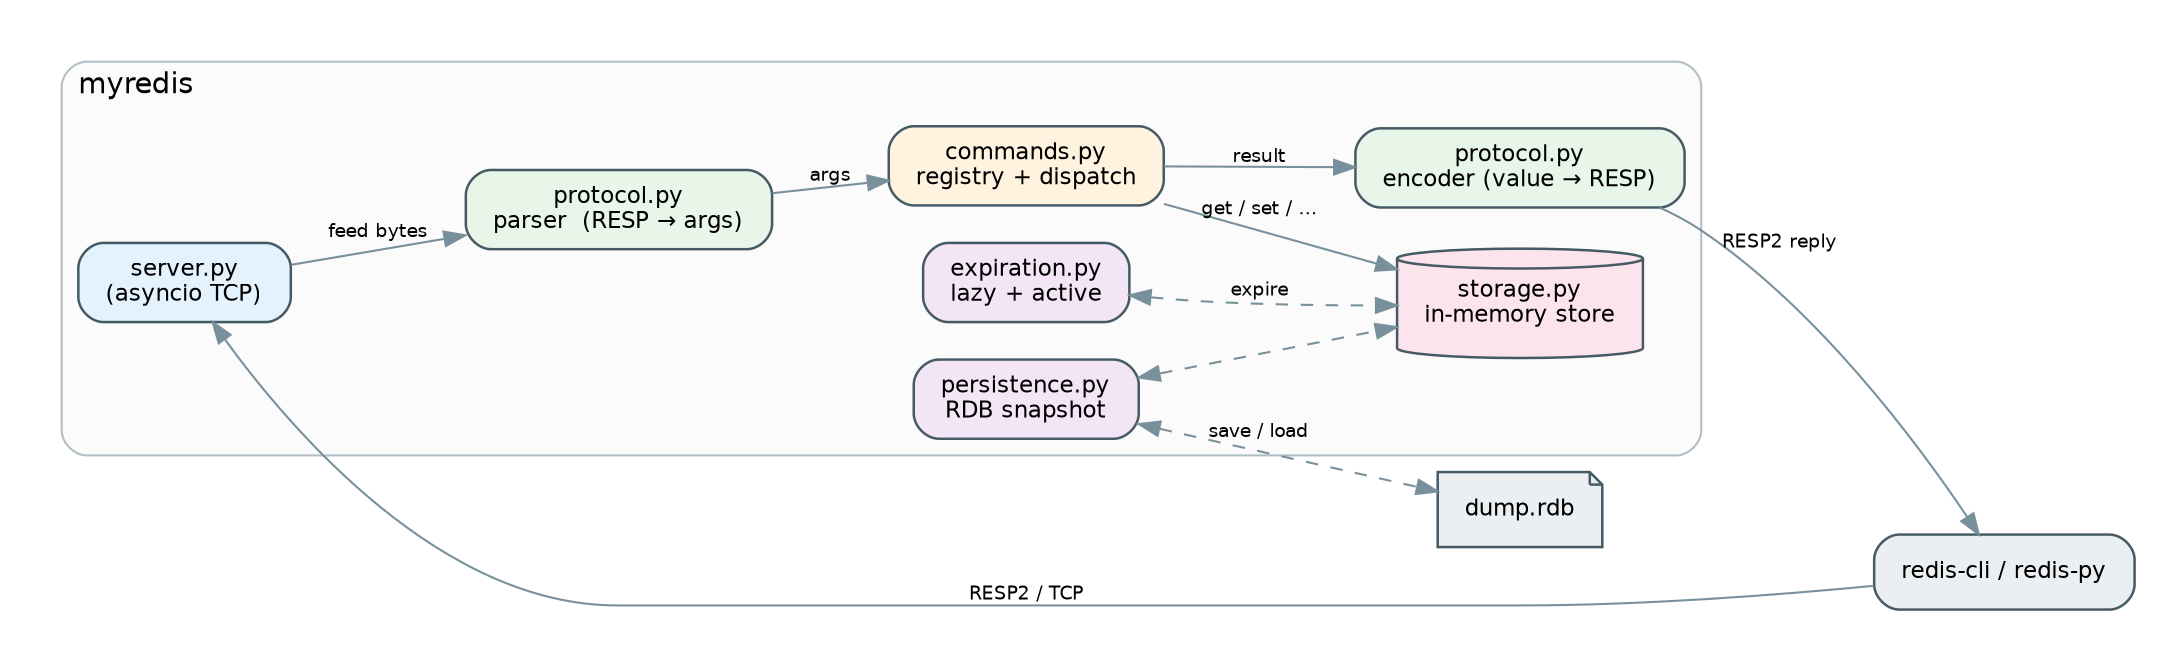
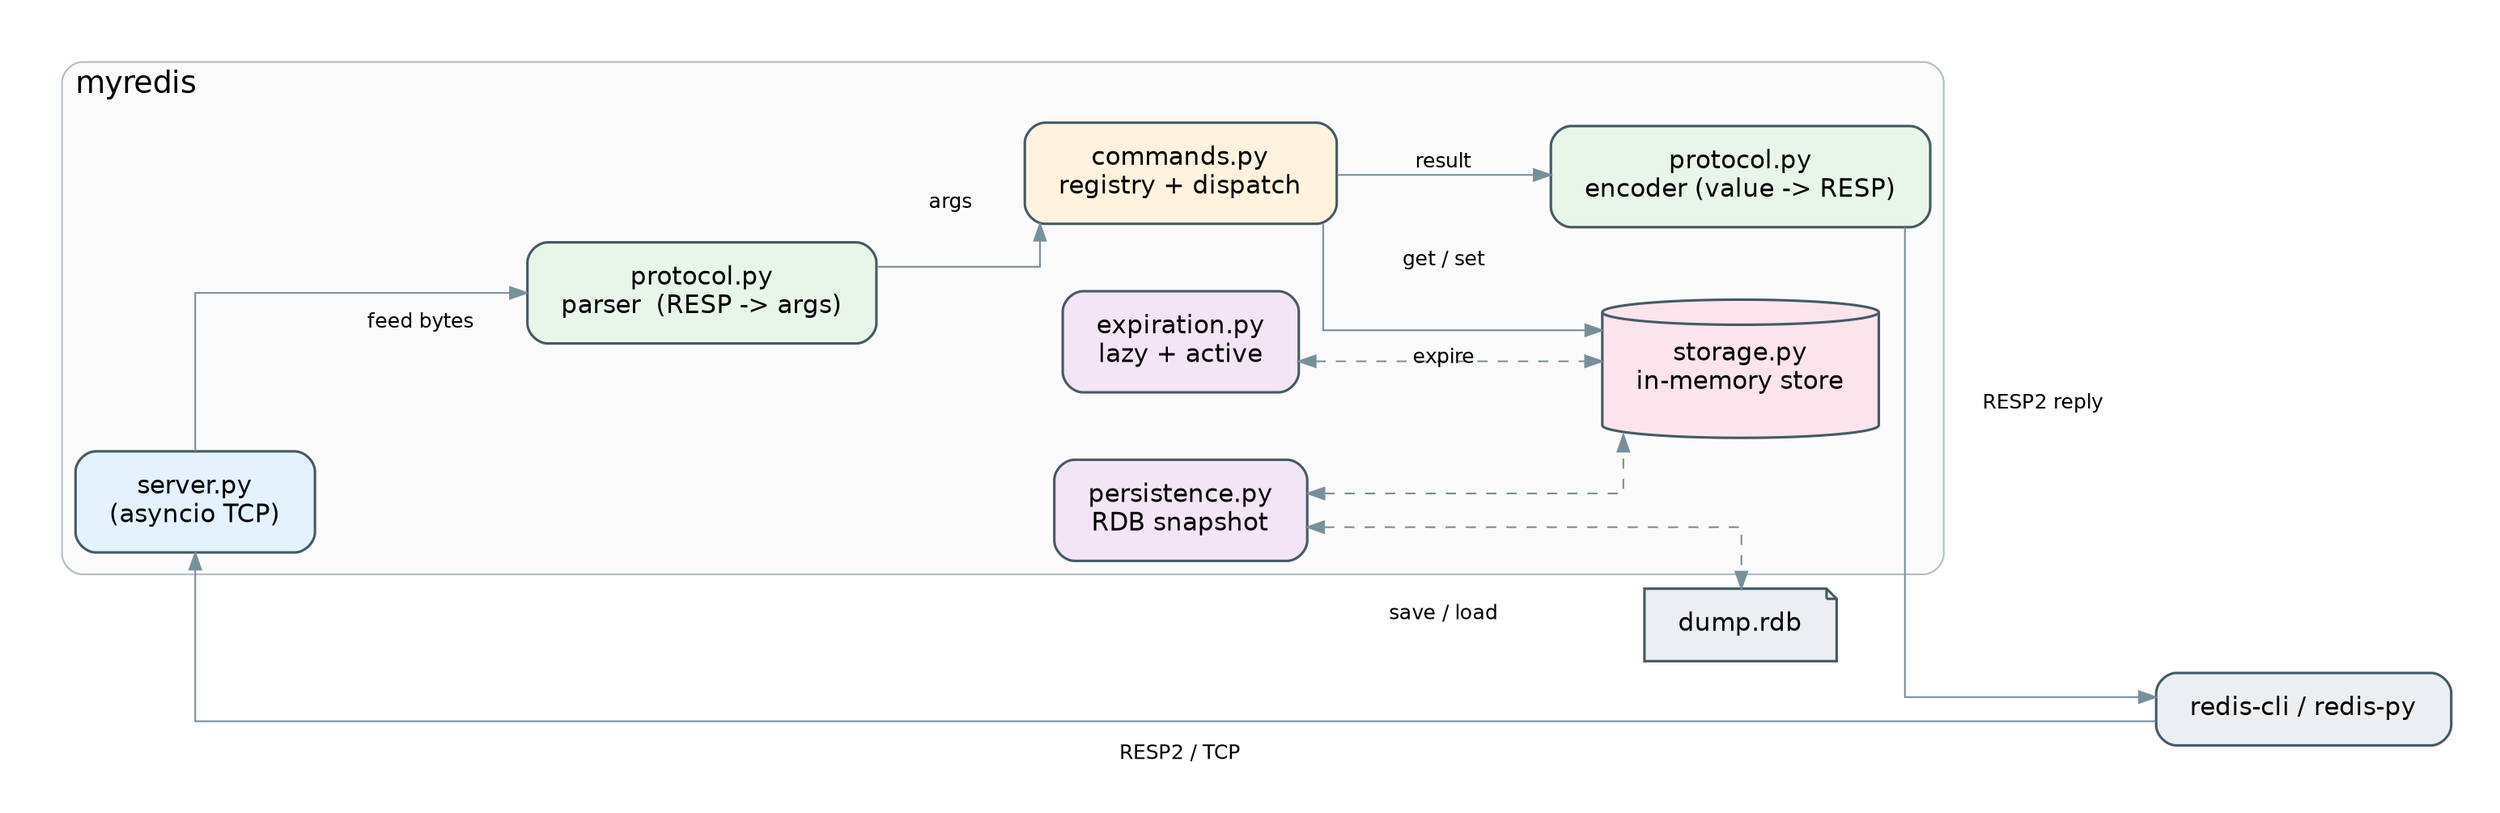
// myredis — architecture: modules and data flow
digraph architecture {
  rankdir=LR;
+   splines=ortho;
  bgcolor="white";
-   pad=0.3;
-   fontname="Helvetica";
-   node [shape=box, style="rounded,filled", fontname="Helvetica", fontsize=11,
-         color="#455a64", penwidth=1.2, margin="0.18,0.10"];
-   edge [fontname="Helvetica", fontsize=9, color="#78909c"];
+   pad=0.4;
+   nodesep=0.55;
+   ranksep=0.85;
+   node [shape=box, style="rounded,filled", fontname="Helvetica", fontsize=15,
+         color="#455a64", penwidth=1.5, margin="0.28,0.18"];
+   edge [fontname="Helvetica", fontsize=12, color="#78909c"];

  client [label="redis-cli / redis-py", fillcolor="#eceff1"];

  subgraph cluster_myredis {
    label="myredis";
    labeljust="l";
    fontname="Helvetica";
-     fontsize=14;
+     fontsize=18;
    style="rounded";
    color="#b0bec5";
    bgcolor="#fbfbfb";

    server   [label="server.py\n(asyncio TCP)",           fillcolor="#e3f2fd"];
-     parser   [label="protocol.py\nparser  (RESP → args)",  fillcolor="#e8f5e9"];
+     parser   [label="protocol.py\nparser  (RESP -> args)", fillcolor="#e8f5e9"];
    registry [label="commands.py\nregistry + dispatch",    fillcolor="#fff3e0"];
-     encoder  [label="protocol.py\nencoder (value → RESP)", fillcolor="#e8f5e9"];
+     encoder  [label="protocol.py\nencoder (value -> RESP)",fillcolor="#e8f5e9"];
    storage  [label="storage.py\nin-memory store",         shape=cylinder, fillcolor="#fce4ec"];
    expir    [label="expiration.py\nlazy + active",        fillcolor="#f3e5f5"];
    persist  [label="persistence.py\nRDB snapshot",        fillcolor="#f3e5f5"];
  }

  disk [label="dump.rdb", shape=note, fillcolor="#eceff1"];

  client   -> server   [label="RESP2 / TCP"];
  server   -> parser   [label="feed bytes"];
  parser   -> registry [label="args"];
-   registry -> storage  [label="get / set / …"];
+   registry -> storage  [label="get / set"];
  registry -> encoder  [label="result"];
  encoder  -> client   [label="RESP2 reply"];

  expir    -> storage  [dir=both, style=dashed, label="expire"];
  persist  -> storage  [dir=both, style=dashed];
  persist  -> disk     [dir=both, style=dashed, label="save / load"];
}
